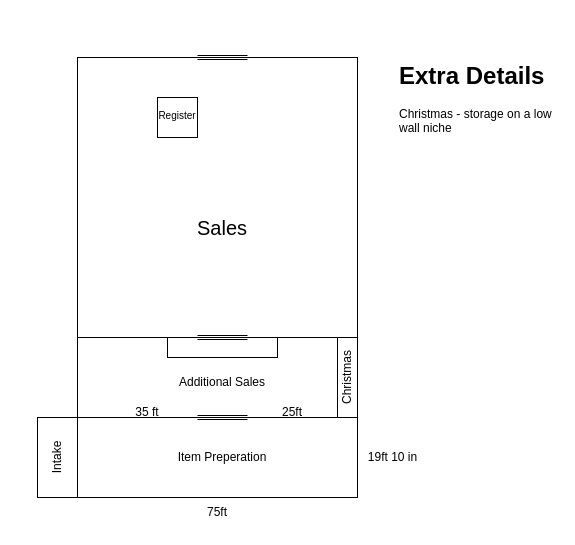
evanpaddock/Selma_Roots keeps this draw.io diagram as page "Store_Layout_Base" (1 of 3) of selma_roots_diagrams.drawio. Above is the earlier version. Source tidied: cells renumbered, new cells numbered last; positions are measured from the earlier drawing's top-left corner, leaving out a move shared by most shapes. Both pictures are drawn from the tidied source at 100%, with x=0, y=0 at pixel (27, 55).
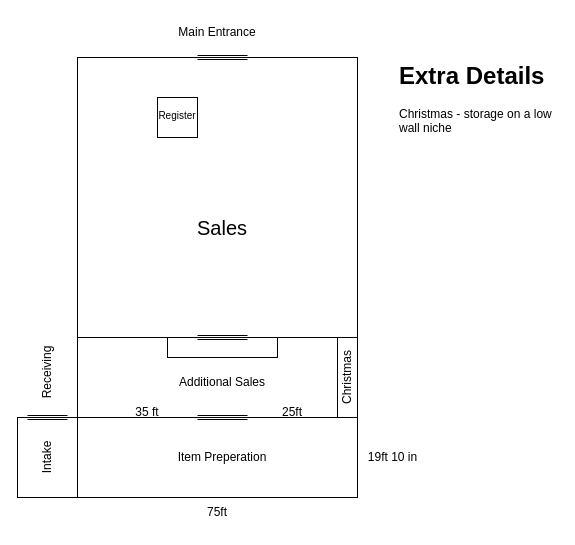
The same diagram, later.

The edit, as a diff of the source:
```diff
@@
-    <mxCell id="2" style="rounded=0;whiteSpace=wrap;html=1;" parent="1" vertex="1">
+    <mxCell id="2" style="rounded=0;whiteSpace=wrap;html=1;perimeterSpacing=0;" parent="1" vertex="1">
       <mxGeometry x="50" y="2" width="280" height="280" as="geometry" />
     </mxCell>
@@
-    <mxCell id="5" style="rounded=0;whiteSpace=wrap;html=1;" parent="1" vertex="1">
-      <mxGeometry x="10" y="362" width="40" height="80" as="geometry" />
-    </mxCell>
@@
-    <mxCell id="19" value="Intake" style="text;html=1;align=center;verticalAlign=middle;whiteSpace=wrap;rounded=0;rotation=270;" parent="1" vertex="1">
-      <mxGeometry y="387" width="60" height="30" as="geometry" />
-    </mxCell>
@@
+    <mxCell id="23" value="Main Entrance" style="text;html=1;align=center;verticalAlign=middle;whiteSpace=wrap;rounded=0;" parent="1" vertex="1">
+      <mxGeometry x="150" y="-38" width="80" height="30" as="geometry" />
+    </mxCell>
+    <mxCell id="24" value="Receiving" style="text;html=1;align=center;verticalAlign=middle;whiteSpace=wrap;rounded=0;rotation=270;" parent="1" vertex="1">
+      <mxGeometry x="-10" y="302" width="60" height="30" as="geometry" />
+    </mxCell>
+    <mxCell id="25" style="group;" parent="1" vertex="1">
+      <mxGeometry x="-10" y="362" width="60" height="80" as="geometry" />
+    </mxCell>
+    <mxCell id="5" style="rounded=0;whiteSpace=wrap;html=1;" parent="25" vertex="1">
+      <mxGeometry width="60" height="80" as="geometry" />
+    </mxCell>
+    <mxCell id="19" value="Intake" style="text;html=1;align=center;verticalAlign=middle;whiteSpace=wrap;rounded=0;rotation=270;" parent="25" vertex="1">
+      <mxGeometry x="-15" y="25" width="90" height="30" as="geometry" />
+    </mxCell>
+    <mxCell id="26" style="shape=link;html=1;rounded=0;" parent="25" edge="1">
+      <mxGeometry relative="1" as="geometry">
+        <mxPoint x="10" as="sourcePoint" />
+        <mxPoint x="50" as="targetPoint" />
+      </mxGeometry>
+    </mxCell>
```
